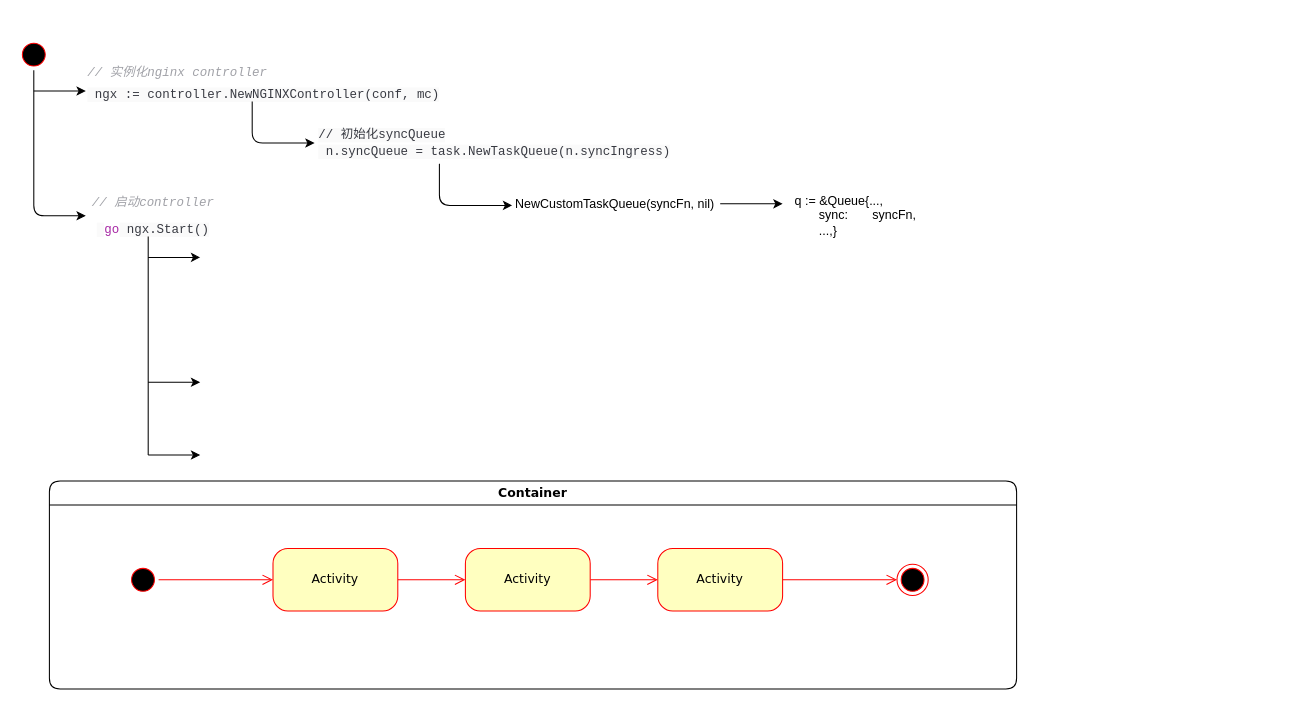
Above: ingress/Untitled Diagram.drawio in wenhuwang/k8s-source-code-learning (draw.io), before the change. Source tidied: cells renumbered, new cells numbered last; positions are measured from the earlier drawing's top-left corner, leaving out a move shared by most shapes. Both pictures are drawn from the tidied source at 104%, with x=0, y=0 at pixel (18, 38).
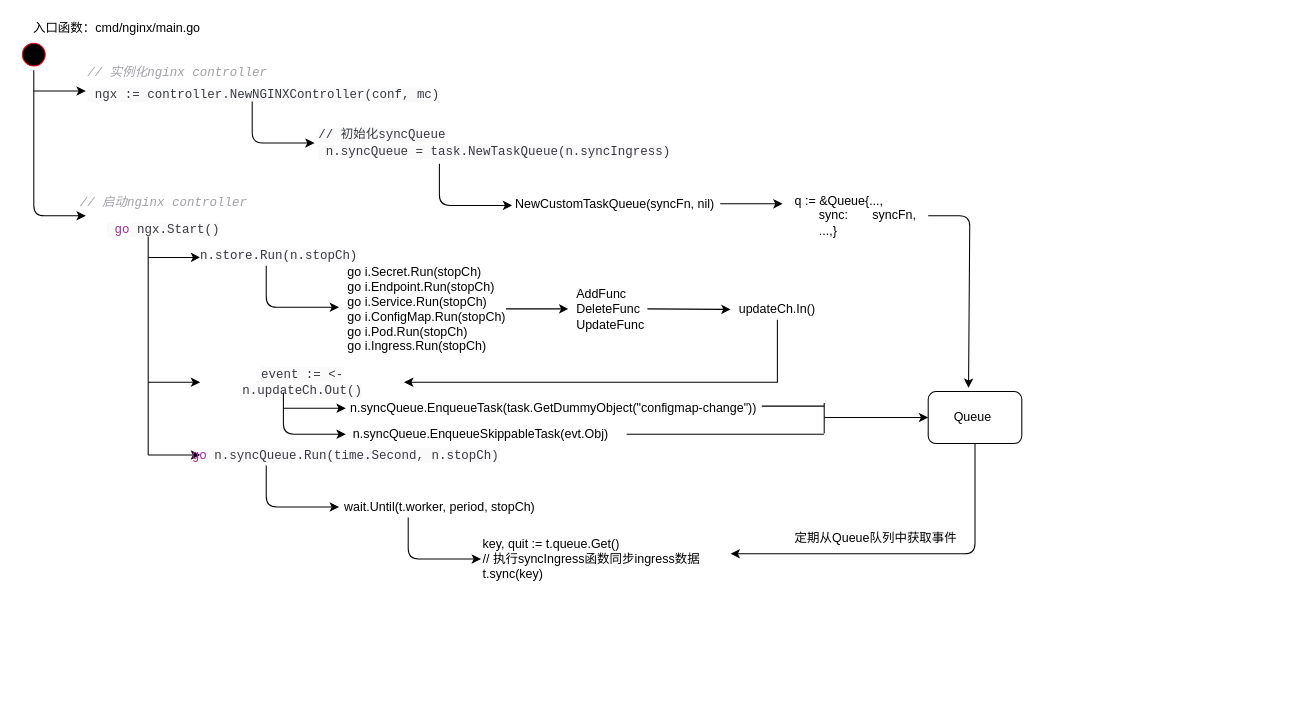
The same page after the edit.

The edit, as a diff of the source:
```diff
@@
-    <mxCell id="3" value="Container" style="swimlane;whiteSpace=wrap;html=1;rounded=1;shadow=0;comic=0;labelBackgroundColor=none;strokeWidth=1;fontFamily=Verdana;fontSize=12;align=center;" parent="1" vertex="1">
-      <mxGeometry x="30" y="425" width="930" height="200" as="geometry" />
-    </mxCell>
-    <mxCell id="4" style="edgeStyle=elbowEdgeStyle;html=1;labelBackgroundColor=none;endArrow=open;endSize=8;strokeColor=#ff0000;fontFamily=Verdana;fontSize=12;align=left;" parent="3" edge="1" source="5" target="10">
-      <mxGeometry relative="1" as="geometry" />
-    </mxCell>
-    <mxCell id="5" value="Activity" style="rounded=1;whiteSpace=wrap;html=1;arcSize=24;fillColor=#ffffc0;strokeColor=#ff0000;shadow=0;comic=0;labelBackgroundColor=none;fontFamily=Verdana;fontSize=12;fontColor=#000000;align=center;" parent="3" vertex="1">
-      <mxGeometry x="215" y="65" width="120" height="60" as="geometry" />
-    </mxCell>
-    <mxCell id="6" style="ellipse;html=1;shape=endState;fillColor=#000000;strokeColor=#ff0000;rounded=1;shadow=0;comic=0;labelBackgroundColor=none;fontFamily=Verdana;fontSize=12;fontColor=#000000;align=center;" parent="3" vertex="1">
-      <mxGeometry x="815" y="80" width="30" height="30" as="geometry" />
-    </mxCell>
-    <mxCell id="7" style="edgeStyle=elbowEdgeStyle;html=1;labelBackgroundColor=none;endArrow=open;endSize=8;strokeColor=#ff0000;fontFamily=Verdana;fontSize=12;align=left;" parent="3" edge="1" source="8" target="5">
-      <mxGeometry relative="1" as="geometry" />
-    </mxCell>
-    <mxCell id="8" style="ellipse;html=1;shape=startState;fillColor=#000000;strokeColor=#ff0000;rounded=1;shadow=0;comic=0;labelBackgroundColor=none;fontFamily=Verdana;fontSize=12;fontColor=#000000;align=center;direction=south;" parent="3" vertex="1">
-      <mxGeometry x="75" y="80" width="30" height="30" as="geometry" />
-    </mxCell>
-    <mxCell id="9" style="edgeStyle=elbowEdgeStyle;html=1;labelBackgroundColor=none;endArrow=open;endSize=8;strokeColor=#ff0000;fontFamily=Verdana;fontSize=12;align=left;" parent="3" edge="1" source="10" target="12">
-      <mxGeometry relative="1" as="geometry" />
-    </mxCell>
-    <mxCell id="10" value="Activity" style="rounded=1;whiteSpace=wrap;html=1;arcSize=24;fillColor=#ffffc0;strokeColor=#ff0000;shadow=0;comic=0;labelBackgroundColor=none;fontFamily=Verdana;fontSize=12;fontColor=#000000;align=center;" parent="3" vertex="1">
-      <mxGeometry x="400" y="65" width="120" height="60" as="geometry" />
-    </mxCell>
-    <mxCell id="11" style="edgeStyle=elbowEdgeStyle;html=1;labelBackgroundColor=none;endArrow=open;endSize=8;strokeColor=#ff0000;fontFamily=Verdana;fontSize=12;align=left;" parent="3" edge="1" source="12" target="6">
-      <mxGeometry relative="1" as="geometry" />
-    </mxCell>
-    <mxCell id="12" value="Activity" style="rounded=1;whiteSpace=wrap;html=1;arcSize=24;fillColor=#ffffc0;strokeColor=#ff0000;shadow=0;comic=0;labelBackgroundColor=none;fontFamily=Verdana;fontSize=12;fontColor=#000000;align=center;" parent="3" vertex="1">
-      <mxGeometry x="585" y="65" width="120" height="60" as="geometry" />
-    </mxCell>
@@
     <mxCell id="21" value="&lt;div&gt;q := &amp;amp;Queue{...,&lt;/div&gt;&lt;div&gt;&lt;span&gt;&lt;/span&gt;&amp;nbsp; &amp;nbsp; &amp;nbsp; &amp;nbsp;sync:&amp;nbsp; &amp;nbsp; &amp;nbsp; &amp;nbsp;syncFn,&lt;/div&gt;&lt;div&gt;&lt;span&gt;&lt;/span&gt;&amp;nbsp; &amp;nbsp; &amp;nbsp; &amp;nbsp;...,}&lt;/div&gt;" style="text;html=1;strokeColor=none;fillColor=none;align=left;verticalAlign=middle;whiteSpace=wrap;rounded=0;" parent="1" vertex="1">
-      <mxGeometry x="745" y="160" width="480" height="20" as="geometry" />
+      <mxGeometry x="745" y="150" width="130" height="40" as="geometry" />
     </mxCell>
-    <mxCell id="22" value="&lt;span style=&quot;margin: 0px ; padding: 0px ; max-width: 100% ; font-family: &amp;#34;operator mono&amp;#34; , &amp;#34;consolas&amp;#34; , &amp;#34;monaco&amp;#34; , &amp;#34;menlo&amp;#34; , monospace ; text-align: left ; color: rgb(160 , 161 , 167) ; font-style: italic ; line-height: 26px ; box-sizing: border-box ; overflow-wrap: break-word&quot;&gt;//&amp;nbsp;启动controller&lt;/span&gt;&lt;br style=&quot;margin: 0px ; padding: 0px ; max-width: 100% ; color: rgb(56 , 58 , 66) ; font-family: &amp;#34;operator mono&amp;#34; , &amp;#34;consolas&amp;#34; , &amp;#34;monaco&amp;#34; , &amp;#34;menlo&amp;#34; , monospace ; text-align: left ; box-sizing: border-box ; overflow-wrap: break-word&quot;&gt;&lt;span style=&quot;color: rgb(56 , 58 , 66) ; font-family: &amp;#34;operator mono&amp;#34; , &amp;#34;consolas&amp;#34; , &amp;#34;monaco&amp;#34; , &amp;#34;menlo&amp;#34; , monospace ; text-align: left ; background-color: rgb(250 , 250 , 250)&quot;&gt;&amp;nbsp;&lt;/span&gt;&lt;span style=&quot;margin: 0px ; padding: 0px ; max-width: 100% ; font-family: &amp;#34;operator mono&amp;#34; , &amp;#34;consolas&amp;#34; , &amp;#34;monaco&amp;#34; , &amp;#34;menlo&amp;#34; , monospace ; text-align: left ; color: rgb(166 , 38 , 164) ; line-height: 26px ; box-sizing: border-box ; overflow-wrap: break-word&quot;&gt;go&lt;/span&gt;&lt;span style=&quot;color: rgb(56 , 58 , 66) ; font-family: &amp;#34;operator mono&amp;#34; , &amp;#34;consolas&amp;#34; , &amp;#34;monaco&amp;#34; , &amp;#34;menlo&amp;#34; , monospace ; text-align: left ; background-color: rgb(250 , 250 , 250)&quot;&gt;&amp;nbsp;ngx.Start()&lt;/span&gt;" style="text;html=1;strokeColor=none;fillColor=none;align=center;verticalAlign=middle;whiteSpace=wrap;rounded=0;" parent="1" vertex="1">
-      <mxGeometry x="55" y="160" width="150" height="20" as="geometry" />
+    <mxCell id="22" value="&lt;span style=&quot;margin: 0px ; padding: 0px ; max-width: 100% ; font-family: &amp;#34;operator mono&amp;#34; , &amp;#34;consolas&amp;#34; , &amp;#34;monaco&amp;#34; , &amp;#34;menlo&amp;#34; , monospace ; text-align: left ; color: rgb(160 , 161 , 167) ; font-style: italic ; line-height: 26px ; box-sizing: border-box ; overflow-wrap: break-word&quot;&gt;//&amp;nbsp;启动nginx controller&lt;/span&gt;&lt;br style=&quot;margin: 0px ; padding: 0px ; max-width: 100% ; color: rgb(56 , 58 , 66) ; font-family: &amp;#34;operator mono&amp;#34; , &amp;#34;consolas&amp;#34; , &amp;#34;monaco&amp;#34; , &amp;#34;menlo&amp;#34; , monospace ; text-align: left ; box-sizing: border-box ; overflow-wrap: break-word&quot;&gt;&lt;span style=&quot;color: rgb(56 , 58 , 66) ; font-family: &amp;#34;operator mono&amp;#34; , &amp;#34;consolas&amp;#34; , &amp;#34;monaco&amp;#34; , &amp;#34;menlo&amp;#34; , monospace ; text-align: left ; background-color: rgb(250 , 250 , 250)&quot;&gt;&amp;nbsp;&lt;/span&gt;&lt;span style=&quot;margin: 0px ; padding: 0px ; max-width: 100% ; font-family: &amp;#34;operator mono&amp;#34; , &amp;#34;consolas&amp;#34; , &amp;#34;monaco&amp;#34; , &amp;#34;menlo&amp;#34; , monospace ; text-align: left ; color: rgb(166 , 38 , 164) ; line-height: 26px ; box-sizing: border-box ; overflow-wrap: break-word&quot;&gt;go&lt;/span&gt;&lt;span style=&quot;color: rgb(56 , 58 , 66) ; font-family: &amp;#34;operator mono&amp;#34; , &amp;#34;consolas&amp;#34; , &amp;#34;monaco&amp;#34; , &amp;#34;menlo&amp;#34; , monospace ; text-align: left ; background-color: rgb(250 , 250 , 250)&quot;&gt;&amp;nbsp;ngx.Start()&lt;/span&gt;" style="text;html=1;strokeColor=none;fillColor=none;align=center;verticalAlign=middle;whiteSpace=wrap;rounded=0;" parent="1" vertex="1">
+      <mxGeometry x="55" y="160" width="170" height="20" as="geometry" />
     </mxCell>
@@
+    <mxCell id="27" value="&lt;span style=&quot;color: rgb(56 , 58 , 66) ; font-family: &amp;#34;operator mono&amp;#34; , &amp;#34;consolas&amp;#34; , &amp;#34;monaco&amp;#34; , &amp;#34;menlo&amp;#34; , monospace ; text-align: left ; background-color: rgb(250 , 250 , 250)&quot;&gt;n.store.Run(n.stopCh)&lt;/span&gt;" style="text;html=1;strokeColor=none;fillColor=none;align=center;verticalAlign=middle;whiteSpace=wrap;rounded=0;" parent="1" vertex="1">
+      <mxGeometry x="176" y="198" width="150" height="20" as="geometry" />
+    </mxCell>
+    <mxCell id="28" value="&lt;span style=&quot;margin: 0px ; padding: 0px ; max-width: 100% ; font-family: &amp;#34;operator mono&amp;#34; , &amp;#34;consolas&amp;#34; , &amp;#34;monaco&amp;#34; , &amp;#34;menlo&amp;#34; , monospace ; text-align: left ; color: rgb(166 , 38 , 164) ; line-height: 26px ; box-sizing: border-box ; overflow-wrap: break-word&quot;&gt;go&lt;/span&gt;&lt;span style=&quot;color: rgb(56 , 58 , 66) ; font-family: &amp;#34;operator mono&amp;#34; , &amp;#34;consolas&amp;#34; , &amp;#34;monaco&amp;#34; , &amp;#34;menlo&amp;#34; , monospace ; text-align: left ; background-color: rgb(250 , 250 , 250)&quot;&gt;&amp;nbsp;n.syncQueue.Run(time.Second,&amp;nbsp;n.stopCh)&lt;/span&gt;" style="text;html=1;strokeColor=none;fillColor=none;align=center;verticalAlign=middle;whiteSpace=wrap;rounded=0;" parent="1" vertex="1">
+      <mxGeometry x="255" y="390" width="120" height="20" as="geometry" />
+    </mxCell>
+    <mxCell id="29" value="&lt;span style=&quot;color: rgb(56 , 58 , 66) ; font-family: &amp;#34;operator mono&amp;#34; , &amp;#34;consolas&amp;#34; , &amp;#34;monaco&amp;#34; , &amp;#34;menlo&amp;#34; , monospace ; text-align: left ; background-color: rgb(250 , 250 , 250)&quot;&gt;event&amp;nbsp;:=&amp;nbsp;&amp;lt;-n.updateCh.Out()&lt;/span&gt;" style="text;html=1;strokeColor=none;fillColor=none;align=center;verticalAlign=middle;whiteSpace=wrap;rounded=0;" parent="1" vertex="1">
+      <mxGeometry x="176" y="320" width="195" height="20" as="geometry" />
+    </mxCell>
+    <mxCell id="30" style="endArrow=classic;html=1;exitX=0.5;exitY=1;exitDx=0;exitDy=0;" parent="1" edge="1">
+      <mxGeometry relative="1" as="geometry">
+        <mxPoint x="238.5" y="218" as="sourcePoint" />
+        <mxPoint x="308.5" y="258" as="targetPoint" />
+        <Array as="points">
+          <mxPoint x="238.5" y="258" />
+        </Array>
+      </mxGeometry>
+    </mxCell>
+    <mxCell id="31" value="&lt;div&gt;go i.Secret.Run(stopCh)&lt;/div&gt;&lt;div&gt;&lt;span&gt; &lt;/span&gt;go i.Endpoint.Run(stopCh)&lt;/div&gt;&lt;div&gt;&lt;span&gt; &lt;/span&gt;go i.Service.Run(stopCh)&lt;/div&gt;&lt;div&gt;&lt;span&gt; &lt;/span&gt;go i.ConfigMap.Run(stopCh)&lt;/div&gt;&lt;div&gt;&lt;span&gt; &lt;/span&gt;go i.Pod.Run(stopCh)&lt;/div&gt;&lt;div&gt;&lt;span&gt; &lt;/span&gt;go i.Ingress.Run(stopCh)&lt;/div&gt;" style="text;html=1;strokeColor=none;fillColor=none;align=left;verticalAlign=middle;whiteSpace=wrap;rounded=0;" parent="1" vertex="1">
+      <mxGeometry x="315" y="250" width="210" height="20" as="geometry" />
+    </mxCell>
+    <mxCell id="32" style="endArrow=classic;html=1;" parent="1" edge="1">
+      <mxGeometry relative="1" as="geometry">
+        <mxPoint x="469" y="259.5" as="sourcePoint" />
+        <mxPoint x="529" y="259.5" as="targetPoint" />
+      </mxGeometry>
+    </mxCell>
+    <mxCell id="33" value="&lt;div&gt;&lt;span&gt;AddFunc&lt;/span&gt;&lt;/div&gt;&lt;div&gt;&lt;span&gt;  &lt;/span&gt;DeleteFunc&lt;/div&gt;&lt;div&gt;&lt;span&gt;  &lt;/span&gt;UpdateFunc&lt;/div&gt;" style="text;html=1;strokeColor=none;fillColor=none;align=left;verticalAlign=middle;whiteSpace=wrap;rounded=0;" parent="1" vertex="1">
+      <mxGeometry x="535" y="230" width="80" height="60" as="geometry" />
+    </mxCell>
+    <mxCell id="34" style="endArrow=classic;html=1;" parent="1" edge="1">
+      <mxGeometry relative="1" as="geometry">
+        <mxPoint x="605" y="259.5" as="sourcePoint" />
+        <mxPoint x="685" y="260" as="targetPoint" />
+      </mxGeometry>
+    </mxCell>
+    <mxCell id="35" style="edgeStyle=orthogonalEdgeStyle;rounded=0;jettySize=auto;html=1;exitX=0.5;exitY=1;exitDx=0;exitDy=0;entryX=1;entryY=0.5;entryDx=0;entryDy=0;" parent="1" edge="1" source="36" target="29">
+      <mxGeometry relative="1" as="geometry" />
+    </mxCell>
+    <mxCell id="36" value="updateCh.In()" style="text;html=1;strokeColor=none;fillColor=none;align=center;verticalAlign=middle;whiteSpace=wrap;rounded=0;" parent="1" vertex="1">
+      <mxGeometry x="695" y="250" width="70" height="20" as="geometry" />
+    </mxCell>
+    <mxCell id="37" value="n.syncQueue.EnqueueTask(task.GetDummyObject(&quot;configmap-change&quot;))" style="text;html=1;strokeColor=none;fillColor=none;align=center;verticalAlign=middle;whiteSpace=wrap;rounded=0;" parent="1" vertex="1">
+      <mxGeometry x="315" y="345" width="400" height="20" as="geometry" />
+    </mxCell>
+    <mxCell id="38" value="n.syncQueue.EnqueueSkippableTask(evt.Obj)" style="text;html=1;strokeColor=none;fillColor=none;align=center;verticalAlign=middle;whiteSpace=wrap;rounded=0;" parent="1" vertex="1">
+      <mxGeometry x="425" y="370" width="40" height="20" as="geometry" />
+    </mxCell>
+    <mxCell id="39" style="endArrow=classic;html=1;" parent="1" edge="1">
+      <mxGeometry relative="1" as="geometry">
+        <mxPoint x="255" y="340" as="sourcePoint" />
+        <mxPoint x="315" y="380" as="targetPoint" />
+        <Array as="points">
+          <mxPoint x="255" y="380" />
+        </Array>
+      </mxGeometry>
+    </mxCell>
+    <mxCell id="40" style="endArrow=classic;html=1;entryX=0;entryY=0.5;entryDx=0;entryDy=0;" parent="1" edge="1" target="37">
+      <mxGeometry relative="1" as="geometry">
+        <mxPoint x="255" y="355" as="sourcePoint" />
+      </mxGeometry>
+    </mxCell>
+    <mxCell id="41" style="endArrow=classic;html=1;exitX=1;exitY=0.5;exitDx=0;exitDy=0;entryX=0.431;entryY=-0.072;entryDx=0;entryDy=0;entryPerimeter=0;" parent="1" edge="1" source="21" target="42">
+      <mxGeometry relative="1" as="geometry">
+        <Array as="points">
+          <mxPoint x="915" y="170" />
+        </Array>
+      </mxGeometry>
+    </mxCell>
+    <mxCell id="42" style="rounded=1;whiteSpace=wrap;html=1;" parent="1" vertex="1">
+      <mxGeometry x="875" y="339" width="90" height="50" as="geometry" />
+    </mxCell>
+    <mxCell id="43" value="Queue" style="text;html=1;strokeColor=none;fillColor=none;align=center;verticalAlign=middle;whiteSpace=wrap;rounded=0;" parent="1" vertex="1">
+      <mxGeometry x="898" y="354" width="40" height="20" as="geometry" />
+    </mxCell>
+    <mxCell id="44" style="endArrow=classic;html=1;entryX=0;entryY=0.5;entryDx=0;entryDy=0;" parent="1" edge="1" target="42">
+      <mxGeometry relative="1" as="geometry">
+        <mxPoint x="775" y="364" as="sourcePoint" />
+      </mxGeometry>
+    </mxCell>
+    <mxCell id="45" style="endArrow=none;html=1;" parent="1" edge="1">
+      <mxGeometry relative="1" as="geometry">
+        <mxPoint x="585" y="380" as="sourcePoint" />
+        <mxPoint x="775" y="380" as="targetPoint" />
+      </mxGeometry>
+    </mxCell>
+    <mxCell id="46" style="endArrow=none;html=1;" parent="1" edge="1">
+      <mxGeometry relative="1" as="geometry">
+        <mxPoint x="715" y="353" as="sourcePoint" />
+        <mxPoint x="775" y="353" as="targetPoint" />
+      </mxGeometry>
+    </mxCell>
+    <mxCell id="47" style="endArrow=none;html=1;" parent="1" edge="1">
+      <mxGeometry relative="1" as="geometry">
+        <mxPoint x="775" y="379" as="sourcePoint" />
+        <mxPoint x="775" y="350" as="targetPoint" />
+      </mxGeometry>
+    </mxCell>
+    <mxCell id="48" value="wait.Until(t.worker, period, stopCh)" style="text;html=1;strokeColor=none;fillColor=none;align=center;verticalAlign=middle;whiteSpace=wrap;rounded=0;" parent="1" vertex="1">
+      <mxGeometry x="311" y="440" width="189" height="20" as="geometry" />
+    </mxCell>
+    <mxCell id="49" style="endArrow=classic;html=1;exitX=0.5;exitY=1;exitDx=0;exitDy=0;" parent="1" edge="1">
+      <mxGeometry relative="1" as="geometry">
+        <mxPoint x="238.5" y="410" as="sourcePoint" />
+        <mxPoint x="308.5" y="450" as="targetPoint" />
+        <Array as="points">
+          <mxPoint x="238.5" y="450" />
+        </Array>
+      </mxGeometry>
+    </mxCell>
+    <mxCell id="50" style="endArrow=classic;html=1;exitX=0.5;exitY=1;exitDx=0;exitDy=0;" parent="1" edge="1">
+      <mxGeometry relative="1" as="geometry">
+        <mxPoint x="375" y="460" as="sourcePoint" />
+        <mxPoint x="445" y="500" as="targetPoint" />
+        <Array as="points">
+          <mxPoint x="375" y="500" />
+        </Array>
+      </mxGeometry>
+    </mxCell>
+    <mxCell id="51" value="&lt;div&gt;key, quit := t.queue.Get()&lt;/div&gt;&lt;div&gt;// 执行syncIngress函数同步ingress数据&lt;/div&gt;&lt;div&gt;t.sync(key)&lt;/div&gt;" style="text;html=1;strokeColor=none;fillColor=none;align=left;verticalAlign=middle;whiteSpace=wrap;rounded=0;" parent="1" vertex="1">
+      <mxGeometry x="445" y="490" width="220" height="20" as="geometry" />
+    </mxCell>
+    <mxCell id="52" style="endArrow=classic;html=1;exitX=0.5;exitY=1;exitDx=0;exitDy=0;" parent="1" edge="1" source="42">
+      <mxGeometry relative="1" as="geometry">
+        <mxPoint x="685" y="495" as="targetPoint" />
+        <Array as="points">
+          <mxPoint x="920" y="450" />
+          <mxPoint x="920" y="495" />
+        </Array>
+      </mxGeometry>
+    </mxCell>
+    <mxCell id="53" value="定期从Queue队列中获取事件" style="text;html=1;strokeColor=none;fillColor=none;align=center;verticalAlign=middle;whiteSpace=wrap;rounded=0;" parent="1" vertex="1">
+      <mxGeometry x="745" y="470" width="160" height="20" as="geometry" />
+    </mxCell>
+    <mxCell id="54" value="入口函数：cmd/nginx/main.go" style="text;html=1;strokeColor=none;fillColor=none;align=center;verticalAlign=middle;whiteSpace=wrap;rounded=0;" parent="1" vertex="1">
+      <mxGeometry x="5" y="-20" width="180" height="20" as="geometry" />
+    </mxCell>
```
